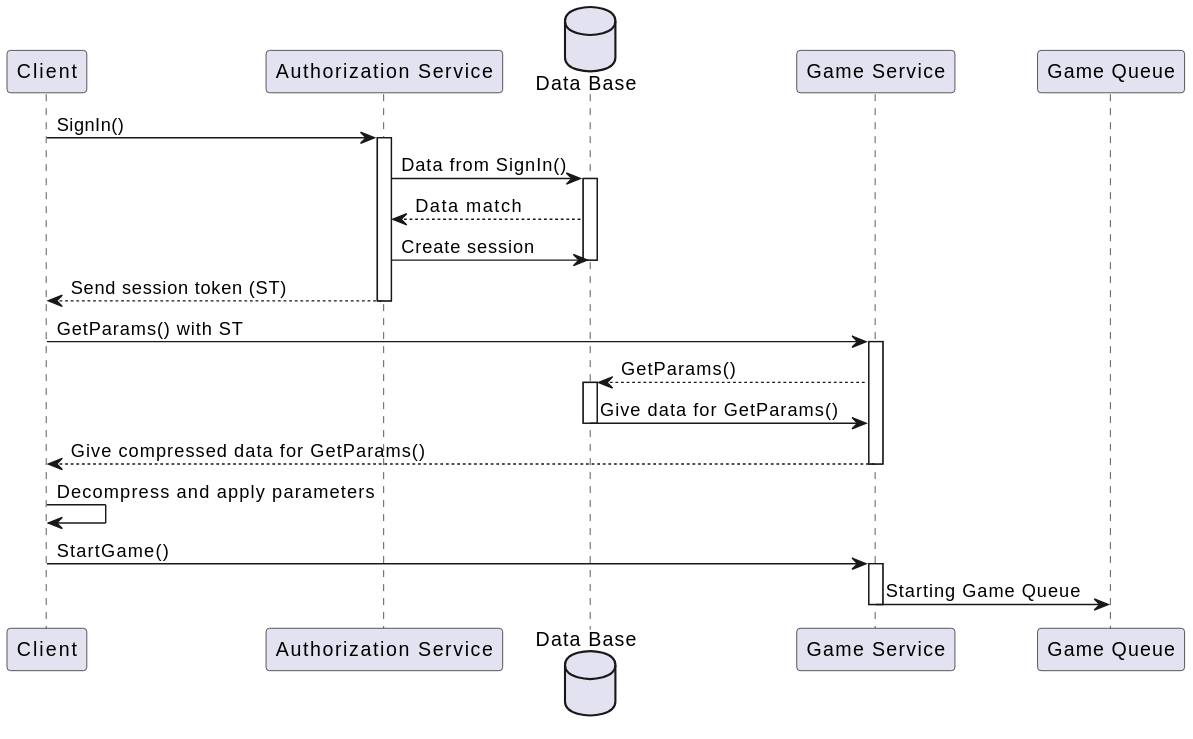
ArayomiRagiko/saber-test keeps this PlantUML diagram as diagrams/out/auth-scheme.svg. Above is the earlier version.
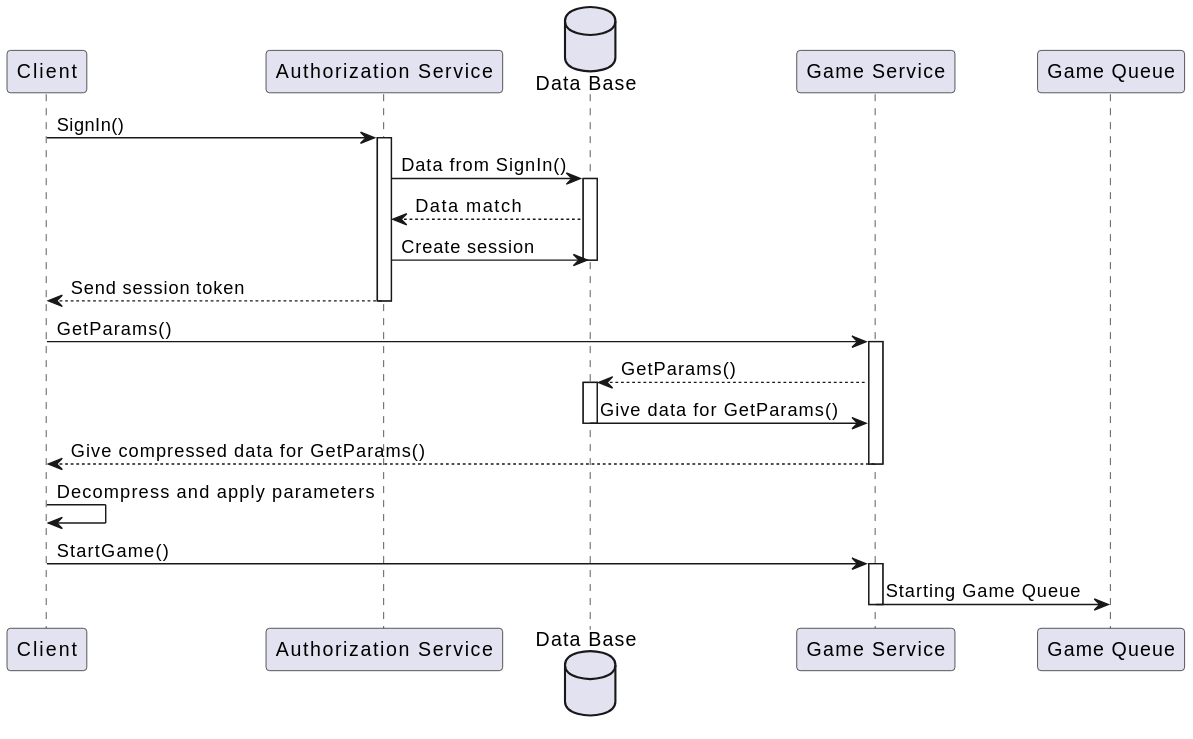
The same diagram one commit later.

What changed in the source:
```diff
@@ -12,9 +12,9 @@
 database --> authservice: Data match
 authservice -> database: Create session
 deactivate database
-authservice --> client: Send session token (ST)
+authservice --> client: Send session token
 deactivate authservice
-client -> gameservice: GetParams() with ST
+client -> gameservice: GetParams()
 activate gameservice
 gameservice --> database: GetParams()
 activate database
```
